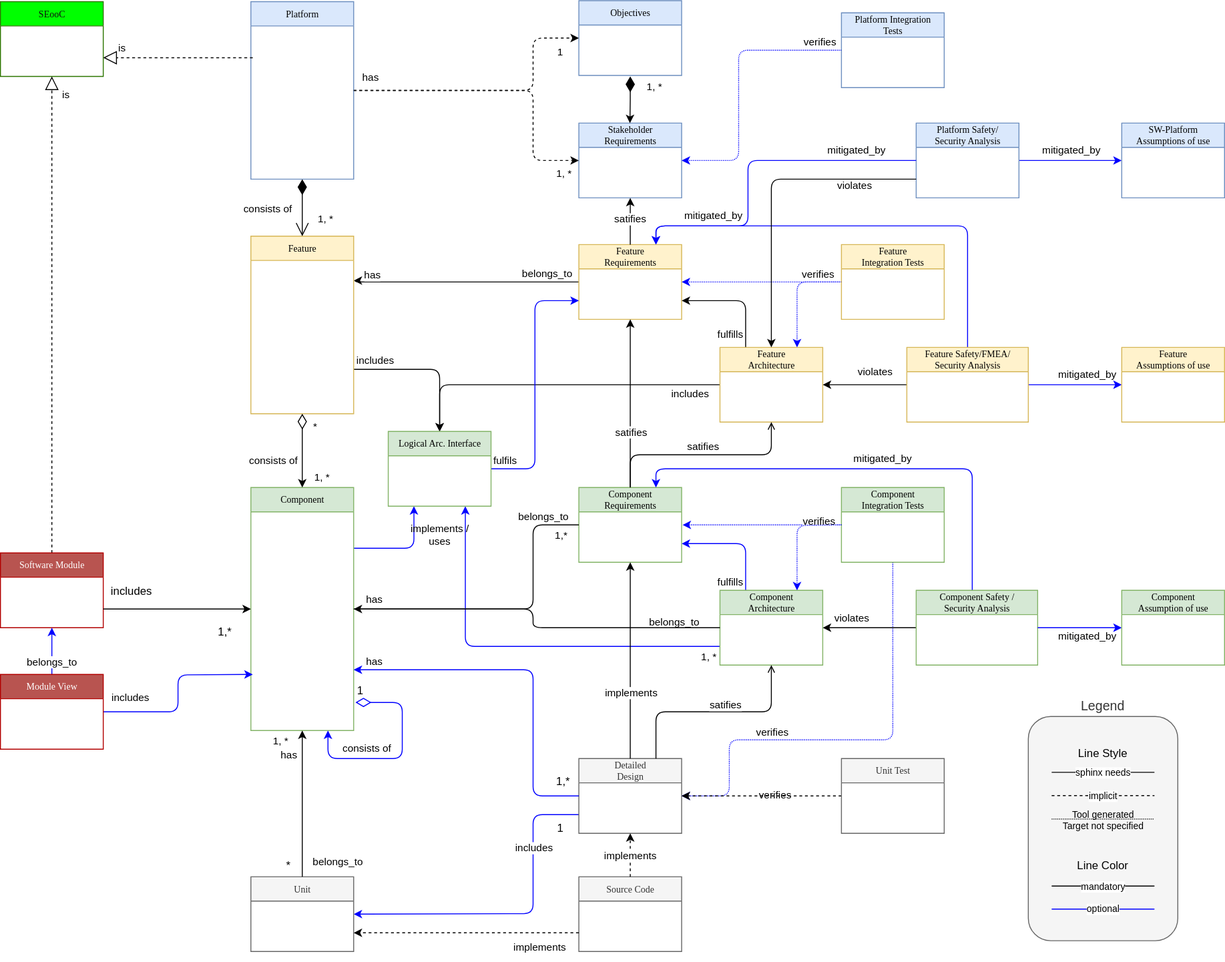
This is main/_images/score_building_blocks_meta_model.drawio.svg from eclipse-score/process_description, a draw.io export, as it was before one commit. Source tidied: cells renumbered, new cells last; positions are measured from the earlier drawing's top-left corner, leaving out a move shared by most shapes.
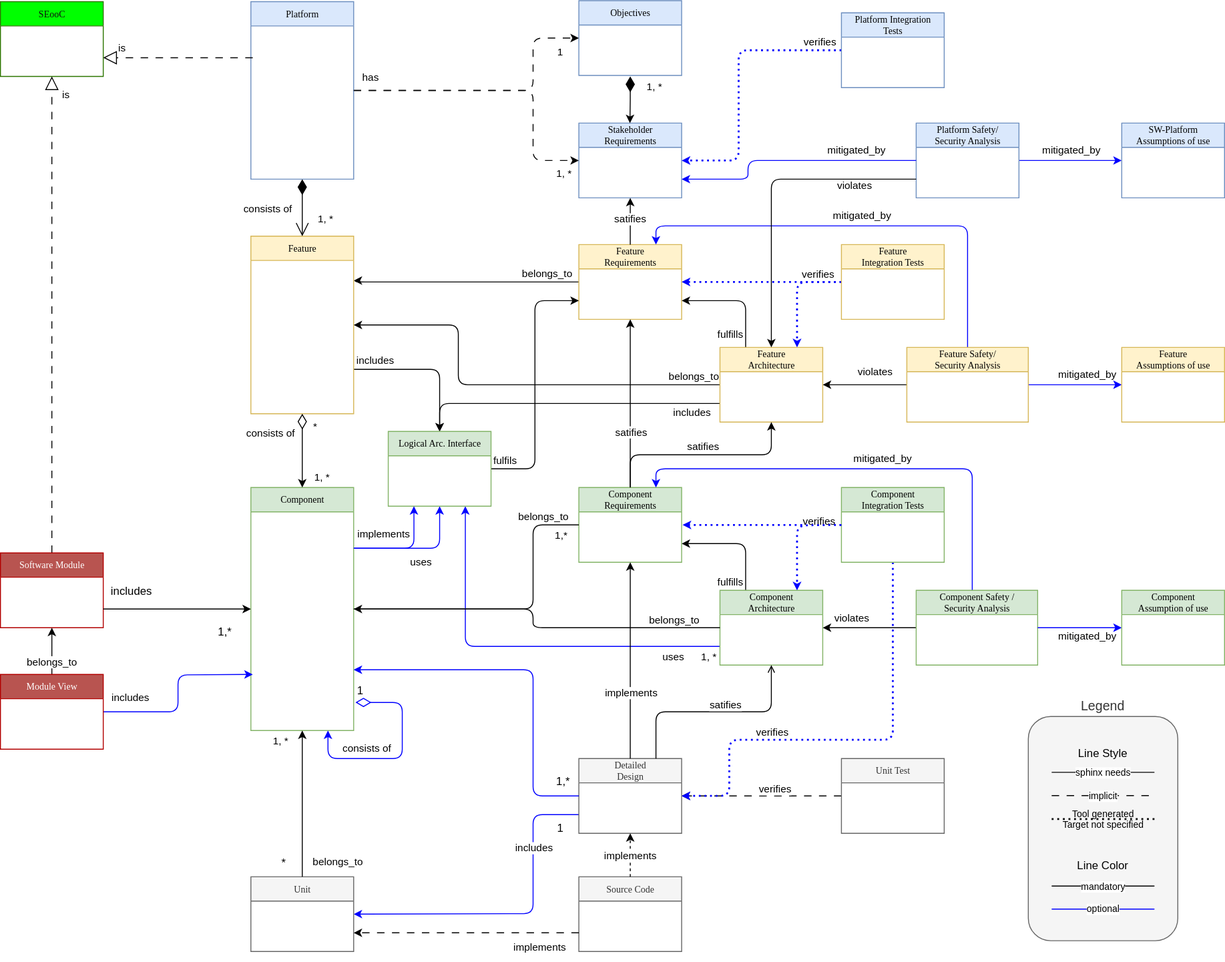
Above is the later version.

The edit, as a diff of the source:
```diff
@@ -4,3 +4,6 @@
     <mxCell id="1" parent="0" />
+    <mxCell id="98" style="edgeStyle=orthogonalEdgeStyle;rounded=0;jettySize=auto;html=1;dashed=1;entryX=1;entryY=0.5;entryDx=0;entryDy=0;verticalAlign=middle;dashPattern=8 8;" parent="1" edge="1" source="99" target="54">
+      <mxGeometry relative="1" as="geometry" />
+    </mxCell>
-    <mxCell id="2" value="has" style="edgeStyle=orthogonalEdgeStyle;rounded=1;jettySize=auto;html=1;entryX=0;entryY=0.5;entryDx=0;entryDy=0;endArrow=none;endFill=0;curved=0;exitX=1;exitY=0.25;exitDx=0;exitDy=0;startArrow=classic;startFill=1;" parent="1" edge="1" source="6" target="11">
+    <mxCell id="2" style="edgeStyle=orthogonalEdgeStyle;rounded=1;jettySize=auto;html=1;entryX=0;entryY=0.5;entryDx=0;entryDy=0;endArrow=none;endFill=0;curved=0;exitX=1;exitY=0.25;exitDx=0;exitDy=0;startArrow=classic;startFill=1;" parent="1" edge="1" source="6" target="11">
       <mxGeometry x="-0.82" y="8" relative="1" as="geometry">
@@ -30,10 +33,5 @@
     </mxCell>
-    <mxCell id="7" value="implements /&amp;nbsp;&lt;br&gt;uses" style="edgeStyle=orthogonalEdgeStyle;html=1;exitX=1;exitY=0.25;exitDx=0;exitDy=0;entryX=0.25;entryY=1;entryDx=0;entryDy=0;labelBackgroundColor=none;strokeColor=#0000FF;" parent="1" edge="1" source="8" target="114">
-      <mxGeometry x="0.45" y="-27" relative="1" as="geometry">
-        <Array as="points">
-          <mxPoint x="443" y="586" />
-          <mxPoint x="443" y="541" />
-        </Array>
-      </mxGeometry>
-    </mxCell>
+    <mxCell id="126" value="uses" style="edgeStyle=orthogonalEdgeStyle;html=1;exitX=1;exitY=0.25;exitDx=0;exitDy=0;entryX=0.5;entryY=1;entryDx=0;entryDy=0;strokeColor=#0000FF;labelBackgroundColor=none;" parent="1" edge="1" source="8" target="114">
+      <mxGeometry x="0.05" y="-15" relative="1" as="geometry" />
+    </mxCell>
     <mxCell id="8" value="Component" style="swimlane;html=1;fontStyle=0;horizontal=1;startSize=26;fillColor=#d5e8d4;swimlaneFillColor=#ffffff;rounded=0;shadow=0;comic=0;labelBackgroundColor=none;strokeWidth=1;fontFamily=Verdana;fontSize=10;align=center;strokeColor=#82b366;" parent="1" vertex="1">
@@ -44,3 +42,3 @@
     </mxCell>
-    <mxCell id="10" value="is" style="endArrow=block;dashed=1;endFill=0;endSize=12;html=1;rounded=0;entryX=0.5;entryY=1;entryDx=0;entryDy=0;exitX=0.5;exitY=0;exitDx=0;exitDy=0;" parent="1" edge="1" source="65" target="9">
+    <mxCell id="10" value="is" style="endArrow=block;dashed=1;endFill=0;endSize=12;html=1;rounded=0;entryX=0.5;entryY=1;entryDx=0;entryDy=0;exitX=0.5;exitY=0;exitDx=0;exitDy=0;dashPattern=8 8;" parent="1" edge="1" source="65" target="9">
       <mxGeometry x="0.92" y="-15" relative="1" as="geometry" />
@@ -58,5 +56,18 @@
     </mxCell>
-    <mxCell id="14" value="includes" style="edgeStyle=orthogonalEdgeStyle;html=1;exitX=0;exitY=0.5;exitDx=0;exitDy=0;entryX=0.5;entryY=0;entryDx=0;entryDy=0;" parent="1" edge="1" source="15" target="114">
+    <mxCell id="14" value="includes" style="edgeStyle=orthogonalEdgeStyle;html=1;exitX=0;exitY=0.75;exitDx=0;exitDy=0;entryX=0.5;entryY=0;entryDx=0;entryDy=0;" parent="1" edge="1" source="15" target="114">
       <mxGeometry x="-0.82" y="10" relative="1" as="geometry" />
     </mxCell>
+    <mxCell id="127" style="edgeStyle=orthogonalEdgeStyle;html=1;exitX=0;exitY=0.5;exitDx=0;exitDy=0;entryX=1;entryY=0.5;entryDx=0;entryDy=0;" parent="1" edge="1" source="15" target="6">
+      <mxGeometry relative="1" as="geometry">
+        <Array as="points">
+          <mxPoint x="490" y="411" />
+          <mxPoint x="490" y="347" />
+        </Array>
+      </mxGeometry>
+    </mxCell>
+    <mxCell id="128" value="belongs_to" style="edgeLabel;html=1;align=center;verticalAlign=bottom;" parent="127" vertex="1">
+      <mxGeometry x="-0.9" y="-1" relative="1" as="geometry">
+        <mxPoint x="-7" as="offset" />
+      </mxGeometry>
+    </mxCell>
     <mxCell id="15" value="Feature&lt;br&gt;Architecture" style="swimlane;html=1;fontStyle=0;horizontal=1;startSize=26;fillColor=#fff2cc;swimlaneFillColor=#ffffff;rounded=0;shadow=0;comic=0;labelBackgroundColor=none;strokeWidth=1;fontFamily=Verdana;fontSize=10;align=center;strokeColor=#d6b656;" parent="1" vertex="1">
@@ -64,3 +75,3 @@
     </mxCell>
-    <mxCell id="16" style="edgeStyle=orthogonalEdgeStyle;rounded=1;jettySize=auto;html=1;entryX=0.5;entryY=1;entryDx=0;entryDy=0;endArrow=open;endFill=0;exitX=0.5;exitY=0;exitDx=0;exitDy=0;curved=0;" parent="1" edge="1" source="18" target="15">
+    <mxCell id="16" style="edgeStyle=orthogonalEdgeStyle;rounded=1;jettySize=auto;html=1;entryX=0.5;entryY=1;entryDx=0;entryDy=0;endArrow=classic;endFill=1;exitX=0.5;exitY=0;exitDx=0;exitDy=0;curved=0;" parent="1" edge="1" source="18" target="15">
       <mxGeometry relative="1" as="geometry" />
@@ -95,3 +106,3 @@
       <mxGeometry x="260" y="491" as="geometry">
-        <mxPoint x="31" as="offset" />
+        <mxPoint x="28" y="-29" as="offset" />
       </mxGeometry>
@@ -116,7 +127,2 @@
     </mxCell>
-    <mxCell id="27" value="has" style="edgeLabel;html=1;align=right;verticalAlign=middle;labelPosition=left;verticalLabelPosition=middle;spacing=7;labelBackgroundColor=none;" parent="26" vertex="1">
-      <mxGeometry x="0.04" relative="1" as="geometry">
-        <mxPoint y="-50" as="offset" />
-      </mxGeometry>
-    </mxCell>
     <mxCell id="28" value="belongs_to" style="edgeLabel;html=1;align=center;verticalAlign=middle;" parent="26" vertex="1">
@@ -148,3 +154,3 @@
     </mxCell>
-    <mxCell id="34" style="endArrow=classic;dashed=1;endFill=1;endSize=6;html=1;rounded=0;fontSize=8;fontColor=#FF0000;exitX=0;exitY=0.75;exitDx=0;exitDy=0;entryX=1;entryY=0.75;entryDx=0;entryDy=0;" parent="1" edge="1" source="29" target="25">
+    <mxCell id="34" style="endArrow=classic;dashed=1;endFill=1;endSize=6;html=1;rounded=0;fontSize=8;fontColor=#FF0000;exitX=0;exitY=0.75;exitDx=0;exitDy=0;entryX=1;entryY=0.75;entryDx=0;entryDy=0;dashPattern=8 8;" parent="1" edge="1" source="29" target="25">
       <mxGeometry relative="1" as="geometry" />
@@ -154,3 +160,3 @@
     </mxCell>
-    <mxCell id="36" style="edgeStyle=orthogonalEdgeStyle;rounded=1;jettySize=auto;html=1;entryX=0;entryY=0.5;entryDx=0;entryDy=0;curved=0;dashed=1;" parent="1" edge="1" source="37" target="31">
+    <mxCell id="36" style="edgeStyle=orthogonalEdgeStyle;rounded=1;jettySize=auto;html=1;entryX=0;entryY=0.5;entryDx=0;entryDy=0;curved=0;dashed=1;dashPattern=8 8;" parent="1" edge="1" source="37" target="31">
       <mxGeometry relative="1" as="geometry">
@@ -186,3 +192,3 @@
     </mxCell>
-    <mxCell id="43" style="edgeStyle=orthogonalEdgeStyle;rounded=1;jettySize=auto;html=1;entryX=0;entryY=0.5;entryDx=0;entryDy=0;exitX=1;exitY=0.5;exitDx=0;exitDy=0;curved=0;dashed=1;" parent="1" edge="1" source="37" target="42">
+    <mxCell id="43" style="edgeStyle=orthogonalEdgeStyle;rounded=1;jettySize=auto;html=1;entryX=0;entryY=0.5;entryDx=0;entryDy=0;exitX=1;exitY=0.5;exitDx=0;exitDy=0;curved=0;dashed=1;dashPattern=8 8;" parent="1" edge="1" source="37" target="42">
       <mxGeometry relative="1" as="geometry">
@@ -208,3 +214,3 @@
     </mxCell>
-    <mxCell id="46" style="edgeStyle=orthogonalEdgeStyle;rounded=1;jettySize=auto;html=1;entryX=1;entryY=0.75;entryDx=0;entryDy=0;endArrow=classic;endFill=1;exitX=0.25;exitY=0;exitDx=0;exitDy=0;curved=0;strokeColor=#0000FF;" parent="1" edge="1" source="49" target="18">
+    <mxCell id="46" style="edgeStyle=orthogonalEdgeStyle;rounded=1;jettySize=auto;html=1;entryX=1;entryY=0.75;entryDx=0;entryDy=0;endArrow=classic;endFill=1;exitX=0.25;exitY=0;exitDx=0;exitDy=0;curved=0;strokeColor=#000000;" parent="1" edge="1" source="49" target="18">
       <mxGeometry relative="1" as="geometry">
@@ -220,4 +226,4 @@
     </mxCell>
-    <mxCell id="48" style="edgeStyle=orthogonalEdgeStyle;html=1;exitX=0;exitY=0.75;exitDx=0;exitDy=0;entryX=0.75;entryY=1;entryDx=0;entryDy=0;strokeColor=#0000FF;" parent="1" edge="1" source="49" target="114">
-      <mxGeometry relative="1" as="geometry" />
+    <mxCell id="48" value="uses" style="edgeStyle=orthogonalEdgeStyle;html=1;exitX=0;exitY=0.75;exitDx=0;exitDy=0;entryX=0.75;entryY=1;entryDx=0;entryDy=0;strokeColor=#0000FF;verticalAlign=top;spacing=0;" parent="1" edge="1" source="49" target="114">
+      <mxGeometry x="-0.76" relative="1" as="geometry" />
     </mxCell>
@@ -237,3 +243,3 @@
     </mxCell>
-    <mxCell id="52" value="has" style="edgeStyle=orthogonalEdgeStyle;rounded=1;jettySize=auto;html=1;entryX=0;entryY=0.5;entryDx=0;entryDy=0;curved=0;exitX=1;exitY=0.5;exitDx=0;exitDy=0;startArrow=classic;startFill=1;endArrow=none;endFill=0;" parent="1" edge="1" source="8" target="49">
+    <mxCell id="52" value="&lt;div&gt;&lt;br&gt;&lt;/div&gt;" style="edgeStyle=orthogonalEdgeStyle;rounded=1;jettySize=auto;html=1;entryX=0;entryY=0.5;entryDx=0;entryDy=0;curved=0;exitX=1;exitY=0.5;exitDx=0;exitDy=0;startArrow=classic;startFill=1;endArrow=none;endFill=0;" parent="1" edge="1" source="8" target="49">
       <mxGeometry x="-0.89" y="10" relative="1" as="geometry">
@@ -245,3 +251,3 @@
     </mxCell>
-    <mxCell id="53" value="belongs_to&lt;br&gt;&lt;div&gt;&lt;br&gt;&lt;/div&gt;" style="edgeLabel;html=1;align=center;verticalAlign=middle;labelBackgroundColor=none;" parent="52" vertex="1">
+    <mxCell id="53" value="belongs_to" style="edgeLabel;html=1;align=center;verticalAlign=bottom;labelBackgroundColor=none;spacing=2;" parent="52" vertex="1">
       <mxGeometry x="0.84" y="2" relative="1" as="geometry">
@@ -253,3 +259,3 @@
     </mxCell>
-    <mxCell id="55" value="has" style="edgeStyle=orthogonalEdgeStyle;rounded=1;jettySize=auto;html=1;entryX=0;entryY=0.5;entryDx=0;entryDy=0;verticalAlign=bottom;curved=0;exitX=1;exitY=0.75;exitDx=0;exitDy=0;endArrow=none;endFill=0;startArrow=classic;startFill=1;strokeColor=#0000FF;" parent="1" edge="1" source="8" target="54">
+    <mxCell id="55" style="edgeStyle=orthogonalEdgeStyle;rounded=1;jettySize=auto;html=1;entryX=0;entryY=0.5;entryDx=0;entryDy=0;verticalAlign=bottom;curved=0;exitX=1;exitY=0.75;exitDx=0;exitDy=0;endArrow=none;endFill=0;startArrow=classic;startFill=1;strokeColor=#0000FF;" parent="1" edge="1" source="8" target="54">
       <mxGeometry x="-0.88" relative="1" as="geometry">
@@ -306,3 +312,3 @@
     <mxCell id="64" value="*" style="text;html=1;align=center;verticalAlign=middle;strokeColor=none;fillColor=none;fontSize=12;fontColor=#000000;" parent="1" vertex="1">
-      <mxGeometry x="293" y="911" width="30" height="30" as="geometry" />
+      <mxGeometry x="288" y="907.5" width="30" height="30" as="geometry" />
     </mxCell>
@@ -330,3 +336,3 @@
     </mxCell>
-    <mxCell id="70" value="is" style="endArrow=block;dashed=1;endFill=0;endSize=12;html=1;rounded=0;entryX=1;entryY=0.75;entryDx=0;entryDy=0;" parent="1" edge="1" target="9">
+    <mxCell id="70" value="is" style="endArrow=block;dashed=1;endFill=0;endSize=12;html=1;rounded=0;entryX=1;entryY=0.75;entryDx=0;entryDy=0;dashPattern=8 8;" parent="1" edge="1" target="9">
       <mxGeometry x="0.75" y="-10" relative="1" as="geometry">
@@ -350,3 +356,3 @@
     </mxCell>
-    <mxCell id="74" value="Feature Safety/FMEA/&lt;br&gt;Security Analysis" style="swimlane;html=1;fontStyle=0;horizontal=1;startSize=26;fillColor=#fff2cc;swimlaneFillColor=#ffffff;rounded=0;shadow=0;comic=0;labelBackgroundColor=none;strokeWidth=1;fontFamily=Verdana;fontSize=10;align=center;strokeColor=#d6b656;" parent="1" vertex="1">
+    <mxCell id="74" value="Feature Safety/&lt;br&gt;Security Analysis" style="swimlane;html=1;fontStyle=0;horizontal=1;startSize=26;fillColor=#fff2cc;swimlaneFillColor=#ffffff;rounded=0;shadow=0;comic=0;labelBackgroundColor=none;strokeWidth=1;fontFamily=Verdana;fontSize=10;align=center;strokeColor=#d6b656;" parent="1" vertex="1">
       <mxGeometry x="970" y="371" width="130" height="80" as="geometry" />
@@ -356,3 +362,3 @@
     </mxCell>
-    <mxCell id="76" style="edgeStyle=orthogonalEdgeStyle;rounded=1;jettySize=auto;html=1;entryX=1;entryY=0.5;entryDx=0;entryDy=0;dashed=1;curved=0;strokeColor=#0000FF;dashPattern=1 1;" parent="1" edge="1" source="77" target="31">
+    <mxCell id="76" style="edgeStyle=orthogonalEdgeStyle;rounded=1;jettySize=auto;html=1;entryX=1;entryY=0.5;entryDx=0;entryDy=0;dashed=1;curved=0;strokeColor=#0000FF;dashPattern=1 2;strokeWidth=2;endSize=3;" parent="1" edge="1" source="77" target="31">
       <mxGeometry relative="1" as="geometry">
@@ -367,6 +373,6 @@
     </mxCell>
-    <mxCell id="78" style="edgeStyle=orthogonalEdgeStyle;rounded=0;jettySize=auto;html=1;entryX=1;entryY=0.5;entryDx=0;entryDy=0;dashed=1;strokeColor=#0000FF;dashPattern=1 1;" parent="1" edge="1" source="80" target="11">
+    <mxCell id="78" style="edgeStyle=orthogonalEdgeStyle;rounded=0;jettySize=auto;html=1;entryX=1;entryY=0.5;entryDx=0;entryDy=0;dashed=1;strokeColor=#0000FF;dashPattern=1 2;strokeWidth=2;endSize=3;" parent="1" edge="1" source="80" target="11">
       <mxGeometry relative="1" as="geometry" />
     </mxCell>
-    <mxCell id="79" style="edgeStyle=orthogonalEdgeStyle;rounded=1;jettySize=auto;html=1;entryX=0.75;entryY=0;entryDx=0;entryDy=0;dashed=1;curved=0;strokeColor=#0000FF;dashPattern=1 1;" parent="1" edge="1" source="80" target="15">
+    <mxCell id="79" style="edgeStyle=orthogonalEdgeStyle;rounded=1;jettySize=auto;html=1;entryX=0.75;entryY=0;entryDx=0;entryDy=0;dashed=1;curved=0;strokeColor=#0000FF;dashPattern=1 2;strokeWidth=2;endSize=3;" parent="1" edge="1" source="80" target="15">
       <mxGeometry relative="1" as="geometry" />
@@ -396,3 +402,3 @@
     </mxCell>
-    <mxCell id="85" style="edgeStyle=orthogonalEdgeStyle;rounded=1;jettySize=auto;html=1;dashed=1;exitX=0;exitY=0.5;exitDx=0;exitDy=0;curved=0;strokeColor=#0000FF;dashPattern=1 1;" parent="1" edge="1" source="87">
+    <mxCell id="85" style="edgeStyle=orthogonalEdgeStyle;rounded=1;jettySize=auto;html=1;dashed=1;exitX=0;exitY=0.5;exitDx=0;exitDy=0;curved=0;strokeColor=#0000FF;dashPattern=1 2;strokeWidth=2;endSize=3;" parent="1" edge="1" source="87">
       <mxGeometry relative="1" as="geometry">
@@ -401,3 +407,3 @@
     </mxCell>
-    <mxCell id="86" style="edgeStyle=orthogonalEdgeStyle;rounded=1;jettySize=auto;html=1;entryX=1;entryY=0.5;entryDx=0;entryDy=0;dashed=1;startArrow=none;startFill=0;endArrow=classic;endFill=1;exitX=0.5;exitY=1;exitDx=0;exitDy=0;curved=0;dashPattern=1 1;strokeColor=#0000FF;" parent="1" edge="1" source="87" target="54">
+    <mxCell id="86" style="edgeStyle=orthogonalEdgeStyle;rounded=1;jettySize=auto;html=1;entryX=1;entryY=0.5;entryDx=0;entryDy=0;dashed=1;startArrow=none;startFill=0;endArrow=classic;endFill=1;exitX=0.5;exitY=1;exitDx=0;exitDy=0;curved=0;strokeColor=#0000FF;dashPattern=1 2;strokeWidth=2;endSize=3;" parent="1" edge="1" source="87" target="54">
       <mxGeometry relative="1" as="geometry">
@@ -444,3 +450,3 @@
     <mxCell id="95" value="mitigated_by" style="edgeLabel;html=1;align=center;verticalAlign=middle;" parent="1" vertex="1">
-      <mxGeometry x="570" y="241" as="geometry">
+      <mxGeometry x="729" y="241" as="geometry">
         <mxPoint x="192" y="-12" as="offset" />
@@ -454,3 +460,3 @@
     <mxCell id="97" value="verifies" style="edgeLabel;html=1;align=center;verticalAlign=middle;" parent="1" vertex="1">
-      <mxGeometry x="840" y="571" as="geometry">
+      <mxGeometry x="840" y="565" as="geometry">
         <mxPoint x="-12" y="278" as="offset" />
@@ -458,5 +464,2 @@
     </mxCell>
-    <mxCell id="98" style="edgeStyle=orthogonalEdgeStyle;rounded=0;jettySize=auto;html=1;dashed=1;entryX=1;entryY=0.5;entryDx=0;entryDy=0;" parent="1" edge="1" source="99" target="54">
-      <mxGeometry relative="1" as="geometry" />
-    </mxCell>
     <mxCell id="99" value="Unit Test" style="swimlane;html=1;fontStyle=0;horizontal=1;startSize=26;fillColor=#f5f5f5;swimlaneFillColor=#ffffff;rounded=0;shadow=0;comic=0;labelBackgroundColor=none;strokeWidth=1;fontFamily=Verdana;fontSize=10;align=center;fontColor=#333333;strokeColor=#666666;" parent="1" vertex="1">
@@ -480,3 +483,3 @@
     </mxCell>
-    <mxCell id="104" style="edgeStyle=orthogonalEdgeStyle;rounded=1;jettySize=auto;html=1;entryX=0.75;entryY=0;entryDx=0;entryDy=0;dashed=1;curved=0;strokeColor=#0000FF;dashPattern=1 1;" parent="1" edge="1" target="49">
+    <mxCell id="104" style="edgeStyle=orthogonalEdgeStyle;rounded=1;jettySize=auto;html=1;entryX=0.75;entryY=0;entryDx=0;entryDy=0;dashed=1;curved=0;strokeColor=#0000FF;dashPattern=1 2;strokeWidth=2;endSize=3;" parent="1" edge="1" target="49">
       <mxGeometry relative="1" as="geometry">
@@ -501,3 +504,3 @@
     </mxCell>
-    <mxCell id="109" style="edgeStyle=orthogonalEdgeStyle;rounded=1;jettySize=auto;html=1;exitX=0;exitY=0.5;exitDx=0;exitDy=0;entryX=0.75;entryY=0;entryDx=0;entryDy=0;curved=0;strokeColor=#0000FF;" parent="1" edge="1" source="108" target="11">
+    <mxCell id="109" style="edgeStyle=orthogonalEdgeStyle;rounded=1;jettySize=auto;html=1;exitX=0;exitY=0.5;exitDx=0;exitDy=0;entryX=1;entryY=0.75;entryDx=0;entryDy=0;curved=0;strokeColor=#0000FF;" parent="1" edge="1" source="108" target="31">
       <mxGeometry relative="1" as="geometry">
@@ -505,4 +508,3 @@
           <mxPoint x="800" y="171" />
-          <mxPoint x="800" y="241" />
-          <mxPoint x="702" y="241" />
+          <mxPoint x="800" y="191" />
         </Array>
@@ -527,3 +529,3 @@
     </mxCell>
-    <mxCell id="113" value="fulfils" style="edgeStyle=orthogonalEdgeStyle;html=1;entryX=0;entryY=0.75;entryDx=0;entryDy=0;exitX=1;exitY=0.5;exitDx=0;exitDy=0;strokeColor=#0000FF;verticalAlign=bottom;" parent="1" edge="1" source="114" target="11">
+    <mxCell id="113" value="fulfils" style="edgeStyle=orthogonalEdgeStyle;html=1;entryX=0;entryY=0.75;entryDx=0;entryDy=0;exitX=1;exitY=0.5;exitDx=0;exitDy=0;strokeColor=#000000;verticalAlign=bottom;" parent="1" edge="1" source="114" target="11">
       <mxGeometry x="-0.89" relative="1" as="geometry" />
@@ -542,3 +544,3 @@
     </mxCell>
-    <mxCell id="117" value="implicit" style="endArrow=none;html=1;entryX=0.778;entryY=0.19;entryDx=0;entryDy=0;entryPerimeter=0;dashed=1;fontSize=10;" parent="1" edge="1">
+    <mxCell id="117" value="implicit" style="endArrow=none;html=1;entryX=0.778;entryY=0.19;entryDx=0;entryDy=0;entryPerimeter=0;dashed=1;fontSize=10;dashPattern=8 8;" parent="1" edge="1">
       <mxGeometry relative="1" as="geometry">
@@ -565,3 +567,3 @@
     </mxCell>
-    <mxCell id="121" value="belongs_to" style="edgeStyle=none;html=1;exitX=0.5;exitY=0;exitDx=0;exitDy=0;entryX=0.5;entryY=1;entryDx=0;entryDy=0;strokeColor=#0000FF;" parent="1" edge="1" source="122" target="65">
+    <mxCell id="121" value="belongs_to" style="edgeStyle=none;html=1;exitX=0.5;exitY=0;exitDx=0;exitDy=0;entryX=0.5;entryY=1;entryDx=0;entryDy=0;strokeColor=#000000;" parent="1" edge="1" source="122" target="65">
       <mxGeometry x="-0.5" relative="1" as="geometry" />
@@ -571,4 +573,4 @@
     </mxCell>
-    <mxCell id="123" value="Tool generated&lt;br&gt;Target not specified" style="endArrow=none;html=1;entryX=0.778;entryY=0.19;entryDx=0;entryDy=0;entryPerimeter=0;dashed=1;dashPattern=1 1;labelBackgroundColor=none;fontSize=10;" parent="1" edge="1">
-      <mxGeometry y="-1" relative="1" as="geometry">
+    <mxCell id="123" value="Tool generated&lt;br&gt;Target not specified" style="endArrow=none;html=1;entryX=0.778;entryY=0.19;entryDx=0;entryDy=0;entryPerimeter=0;dashed=1;dashPattern=1 2;labelBackgroundColor=none;fontSize=10;strokeWidth=2;spacing=2;" parent="1" edge="1">
+      <mxGeometry relative="1" as="geometry">
         <mxPoint x="1125" y="875.8" as="sourcePoint" />
@@ -583,2 +585,9 @@
     </mxCell>
+    <mxCell id="7" value="implements" style="edgeStyle=orthogonalEdgeStyle;html=1;exitX=1;exitY=0.25;exitDx=0;exitDy=0;entryX=0.25;entryY=1;entryDx=0;entryDy=0;labelBackgroundColor=none;strokeColor=#0000FF;" parent="1" edge="1" source="8" target="114">
+      <mxGeometry x="-0.42" y="15" relative="1" as="geometry">
+        <Array as="points">
+          <mxPoint x="443" y="586" />
+        </Array>
+      </mxGeometry>
+    </mxCell>
   </root>
```
